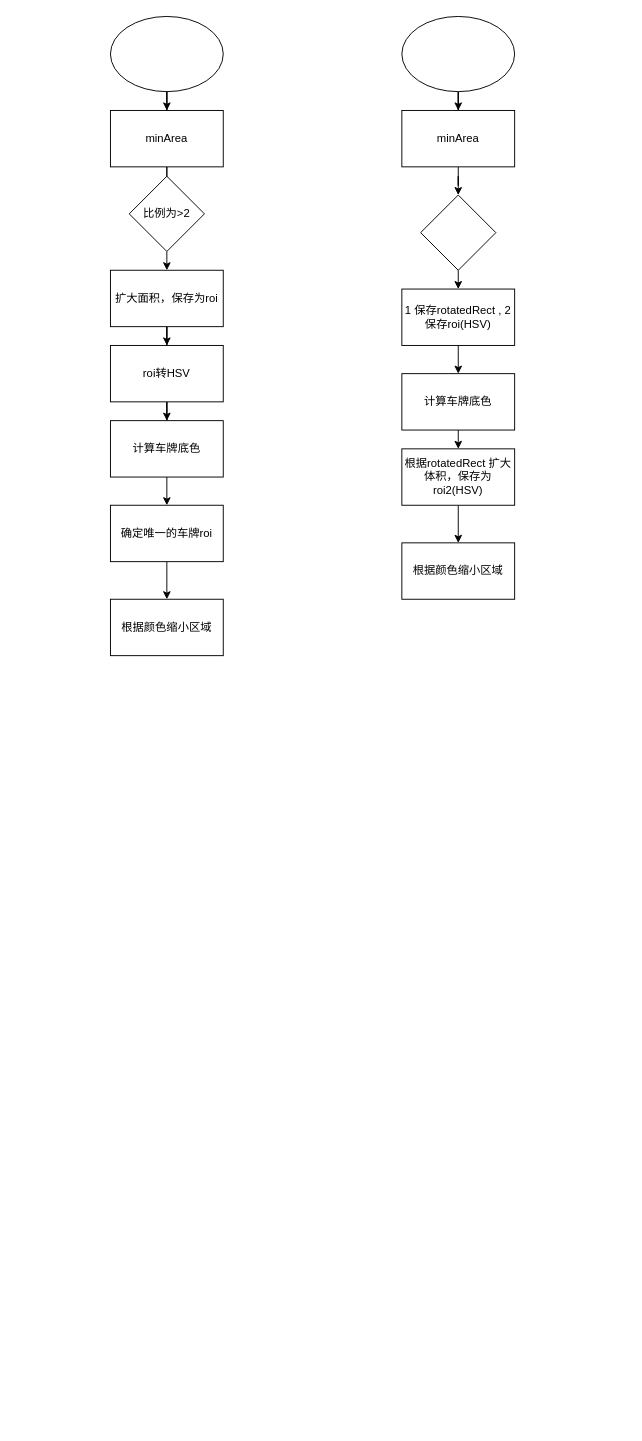
The draw.io diagram car_plate.drawio in eziohzy/FlowChartRepository, before the edit. Source tidied: cells renumbered, new cells numbered last; positions are measured from the earlier drawing's top-left corner, leaving out a move shared by most shapes. Both pictures are drawn from the tidied source at 94%, with x=0, y=0 at pixel (110, 16).
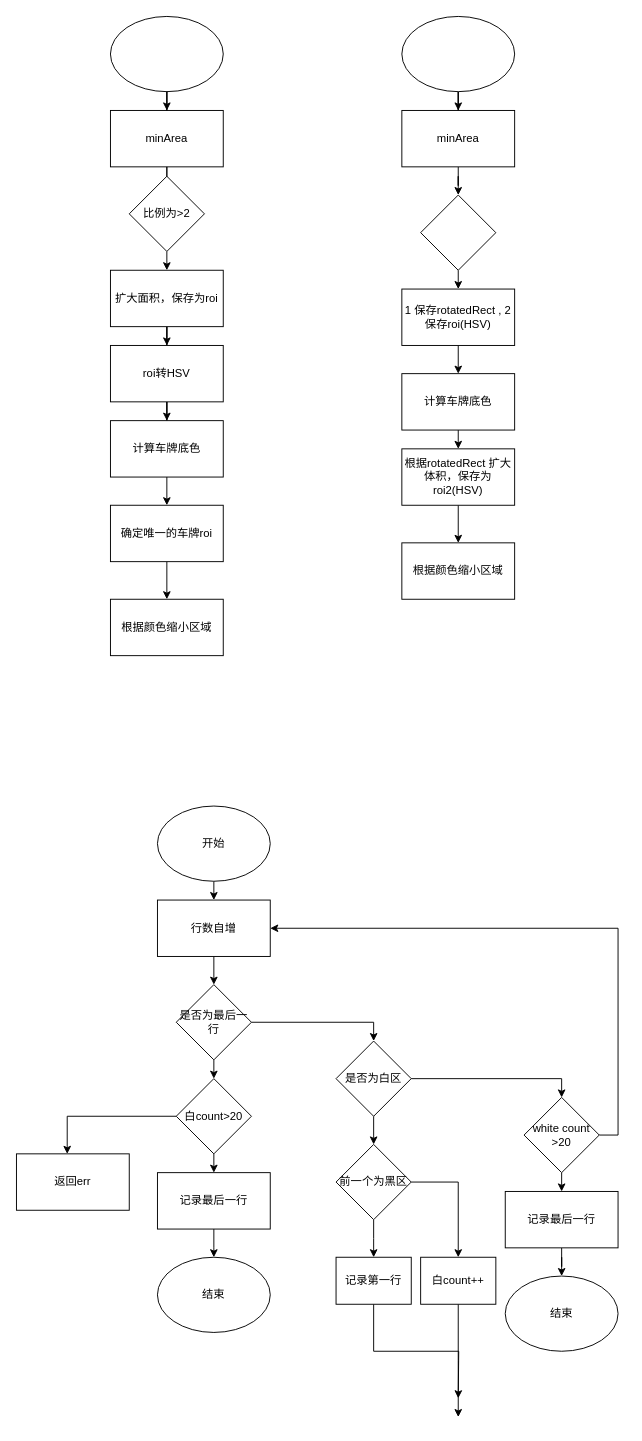
The same diagram, later.

Diff of the diagram source:
```diff
@@
+    <mxCell id="30" style="edgeStyle=orthogonalEdgeStyle;rounded=0;jettySize=auto;html=1;exitX=0.5;exitY=1;exitDx=0;exitDy=0;" parent="1" edge="1" source="31">
+      <mxGeometry relative="1" as="geometry">
+        <mxPoint x="110" y="940" as="targetPoint" />
+      </mxGeometry>
+    </mxCell>
+    <mxCell id="31" value="开始" style="ellipse;whiteSpace=wrap;html=1;" parent="1" vertex="1">
+      <mxGeometry x="50" y="840" width="120" height="80" as="geometry" />
+    </mxCell>
+    <mxCell id="32" style="edgeStyle=orthogonalEdgeStyle;rounded=0;jettySize=auto;html=1;" parent="1" edge="1" source="34">
+      <mxGeometry relative="1" as="geometry">
+        <mxPoint x="280" y="1200" as="targetPoint" />
+      </mxGeometry>
+    </mxCell>
+    <mxCell id="33" style="edgeStyle=orthogonalEdgeStyle;rounded=0;jettySize=auto;html=1;exitX=1;exitY=0.5;exitDx=0;exitDy=0;entryX=0.5;entryY=0;entryDx=0;entryDy=0;" parent="1" edge="1" source="34" target="48">
+      <mxGeometry relative="1" as="geometry" />
+    </mxCell>
+    <mxCell id="34" value="是否为白区" style="rhombus;whiteSpace=wrap;html=1;" parent="1" vertex="1">
+      <mxGeometry x="240" y="1090" width="80" height="80" as="geometry" />
+    </mxCell>
+    <mxCell id="35" style="edgeStyle=orthogonalEdgeStyle;rounded=0;jettySize=auto;html=1;exitX=0.5;exitY=1;exitDx=0;exitDy=0;" parent="1" edge="1" source="36">
+      <mxGeometry relative="1" as="geometry">
+        <mxPoint x="110" y="1030" as="targetPoint" />
+      </mxGeometry>
+    </mxCell>
+    <mxCell id="36" value="行数自增" style="rounded=0;whiteSpace=wrap;html=1;" parent="1" vertex="1">
+      <mxGeometry x="50" y="940" width="120" height="60" as="geometry" />
+    </mxCell>
+    <mxCell id="37" style="edgeStyle=orthogonalEdgeStyle;rounded=0;jettySize=auto;html=1;" parent="1" edge="1" source="39">
+      <mxGeometry relative="1" as="geometry">
+        <mxPoint x="110" y="1130" as="targetPoint" />
+      </mxGeometry>
+    </mxCell>
+    <mxCell id="38" style="edgeStyle=orthogonalEdgeStyle;rounded=0;jettySize=auto;html=1;exitX=1;exitY=0.5;exitDx=0;exitDy=0;entryX=0.5;entryY=0;entryDx=0;entryDy=0;" parent="1" edge="1" source="39" target="34">
+      <mxGeometry relative="1" as="geometry" />
+    </mxCell>
+    <mxCell id="39" value="是否为最后一行" style="rhombus;whiteSpace=wrap;html=1;" parent="1" vertex="1">
+      <mxGeometry x="70" y="1030" width="80" height="80" as="geometry" />
+    </mxCell>
+    <mxCell id="40" style="edgeStyle=orthogonalEdgeStyle;rounded=0;jettySize=auto;html=1;exitX=0.5;exitY=1;exitDx=0;exitDy=0;" parent="1" edge="1" source="42">
+      <mxGeometry relative="1" as="geometry">
+        <mxPoint x="110" y="1230" as="targetPoint" />
+      </mxGeometry>
+    </mxCell>
+    <mxCell id="41" style="edgeStyle=orthogonalEdgeStyle;rounded=0;jettySize=auto;html=1;entryX=0.45;entryY=0;entryDx=0;entryDy=0;entryPerimeter=0;" parent="1" edge="1" source="42" target="45">
+      <mxGeometry relative="1" as="geometry" />
+    </mxCell>
+    <mxCell id="42" value="白count&amp;gt;20" style="rhombus;whiteSpace=wrap;html=1;" parent="1" vertex="1">
+      <mxGeometry x="70" y="1130" width="80" height="80" as="geometry" />
+    </mxCell>
+    <mxCell id="43" style="edgeStyle=orthogonalEdgeStyle;rounded=0;jettySize=auto;html=1;" parent="1" edge="1" source="44">
+      <mxGeometry relative="1" as="geometry">
+        <mxPoint x="110" y="1320" as="targetPoint" />
+      </mxGeometry>
+    </mxCell>
+    <mxCell id="44" value="记录最后一行" style="rounded=0;whiteSpace=wrap;html=1;" parent="1" vertex="1">
+      <mxGeometry x="50" y="1230" width="120" height="60" as="geometry" />
+    </mxCell>
+    <mxCell id="45" value="返回err" style="rounded=0;whiteSpace=wrap;html=1;" parent="1" vertex="1">
+      <mxGeometry x="-100" y="1210" width="120" height="60" as="geometry" />
+    </mxCell>
+    <mxCell id="46" style="edgeStyle=orthogonalEdgeStyle;rounded=0;jettySize=auto;html=1;" parent="1" edge="1" source="48">
+      <mxGeometry relative="1" as="geometry">
+        <mxPoint x="480" y="1250" as="targetPoint" />
+      </mxGeometry>
+    </mxCell>
+    <mxCell id="47" style="edgeStyle=orthogonalEdgeStyle;rounded=0;jettySize=auto;html=1;exitX=1;exitY=0.5;exitDx=0;exitDy=0;entryX=1;entryY=0.5;entryDx=0;entryDy=0;" parent="1" edge="1" source="48" target="36">
+      <mxGeometry relative="1" as="geometry" />
+    </mxCell>
+    <mxCell id="48" value="white count &amp;gt;20" style="rhombus;whiteSpace=wrap;html=1;" parent="1" vertex="1">
+      <mxGeometry x="440" y="1150" width="80" height="80" as="geometry" />
+    </mxCell>
+    <mxCell id="49" style="edgeStyle=orthogonalEdgeStyle;rounded=0;jettySize=auto;html=1;entryX=0.5;entryY=0;entryDx=0;entryDy=0;" parent="1" edge="1" source="50" target="52">
+      <mxGeometry relative="1" as="geometry" />
+    </mxCell>
+    <mxCell id="50" value="记录最后一行" style="rounded=0;whiteSpace=wrap;html=1;" parent="1" vertex="1">
+      <mxGeometry x="420" y="1250" width="120" height="60" as="geometry" />
+    </mxCell>
+    <mxCell id="51" value="&lt;span style=&quot;white-space: normal&quot;&gt;结束&lt;/span&gt;" style="ellipse;whiteSpace=wrap;html=1;" parent="1" vertex="1">
+      <mxGeometry x="50" y="1320" width="120" height="80" as="geometry" />
+    </mxCell>
+    <mxCell id="52" value="&lt;span style=&quot;white-space: normal&quot;&gt;结束&lt;/span&gt;" style="ellipse;whiteSpace=wrap;html=1;" parent="1" vertex="1">
+      <mxGeometry x="420" y="1340" width="120" height="80" as="geometry" />
+    </mxCell>
+    <mxCell id="53" style="edgeStyle=orthogonalEdgeStyle;rounded=0;jettySize=auto;html=1;" parent="1" edge="1" source="55">
+      <mxGeometry relative="1" as="geometry">
+        <mxPoint x="280" y="1320" as="targetPoint" />
+      </mxGeometry>
+    </mxCell>
+    <mxCell id="54" style="edgeStyle=orthogonalEdgeStyle;rounded=0;jettySize=auto;html=1;entryX=0.5;entryY=0;entryDx=0;entryDy=0;" parent="1" edge="1" source="55" target="59">
+      <mxGeometry relative="1" as="geometry" />
+    </mxCell>
+    <mxCell id="55" value="前一个为黑区" style="rhombus;whiteSpace=wrap;html=1;" parent="1" vertex="1">
+      <mxGeometry x="240" y="1200" width="80" height="80" as="geometry" />
+    </mxCell>
+    <mxCell id="56" style="edgeStyle=orthogonalEdgeStyle;rounded=0;jettySize=auto;html=1;exitX=0.5;exitY=1;exitDx=0;exitDy=0;" parent="1" edge="1" source="57">
+      <mxGeometry relative="1" as="geometry">
+        <mxPoint x="370" y="1470" as="targetPoint" />
+      </mxGeometry>
+    </mxCell>
+    <mxCell id="57" value="记录第一行" style="rounded=0;whiteSpace=wrap;html=1;" parent="1" vertex="1">
+      <mxGeometry x="240" y="1320" width="80" height="50" as="geometry" />
+    </mxCell>
+    <mxCell id="58" style="edgeStyle=orthogonalEdgeStyle;rounded=0;jettySize=auto;html=1;exitX=0.5;exitY=1;exitDx=0;exitDy=0;" parent="1" edge="1" source="59">
+      <mxGeometry relative="1" as="geometry">
+        <mxPoint x="370" y="1490" as="targetPoint" />
+      </mxGeometry>
+    </mxCell>
+    <mxCell id="59" value="白count++" style="rounded=0;whiteSpace=wrap;html=1;" parent="1" vertex="1">
+      <mxGeometry x="330" y="1320" width="80" height="50" as="geometry" />
+    </mxCell>
```
